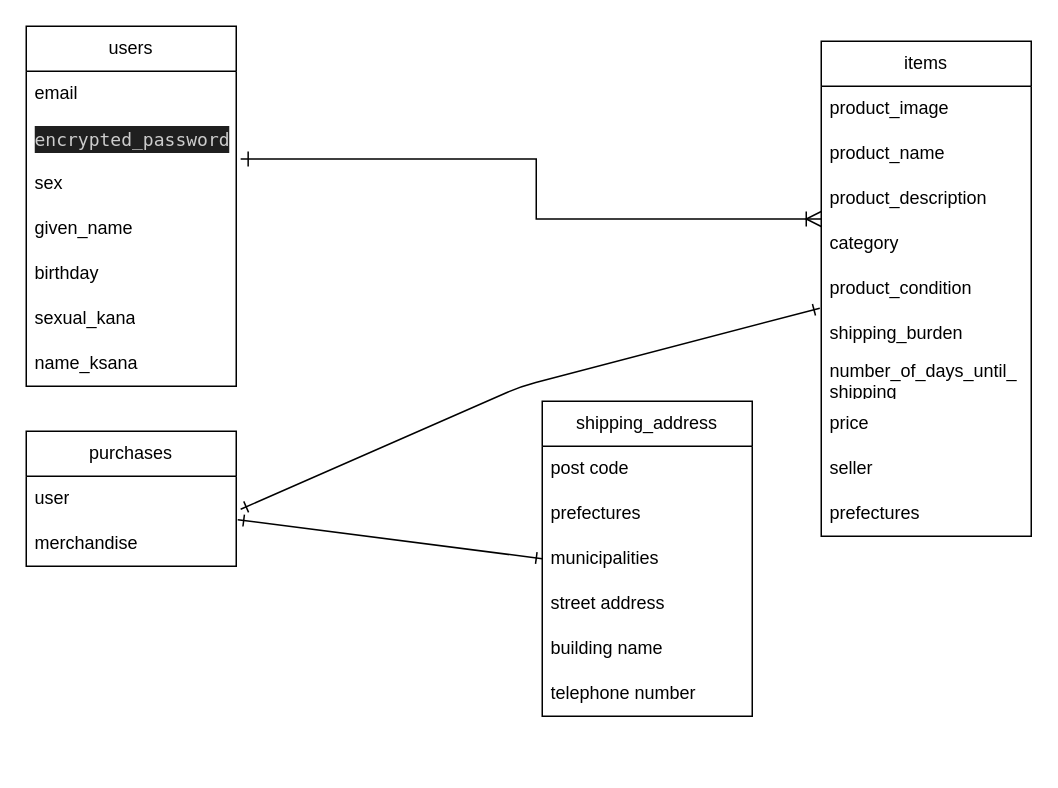
nagano19840910/furima-40222 keeps this draw.io diagram as app/views/test.dio. Above is the earlier version. Source tidied: cells renumbered, new cells numbered last; positions are measured from the earlier drawing's top-left corner, leaving out a move shared by most shapes. Both pictures are drawn from the tidied source at 150%, with x=0, y=0 at pixel (26, 26).
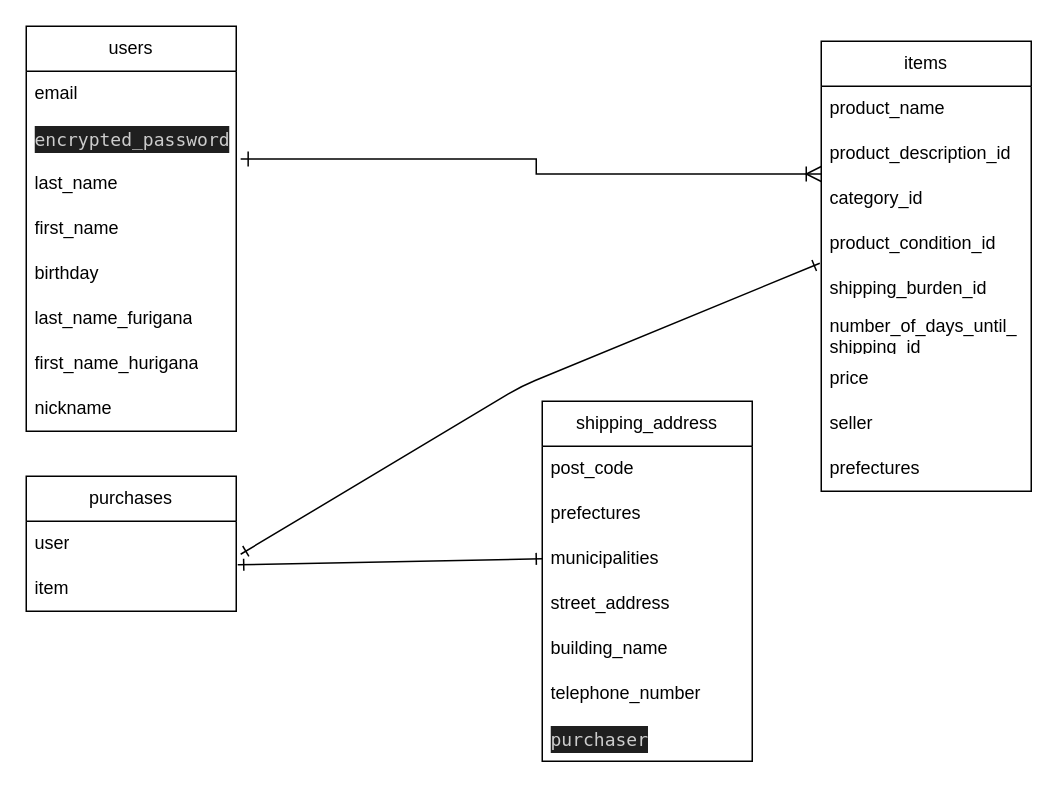
The same diagram, later.

Commit message (it also covers changes not shown here):
データベースコミット７

Diff of the diagram source:
```diff
@@
     <mxCell id="2" value="users" style="swimlane;fontStyle=0;horizontal=1;startSize=30;whiteSpace=wrap;html=1;" parent="1" vertex="1">
-      <mxGeometry width="140" height="240" as="geometry" />
+      <mxGeometry width="140" height="270" as="geometry" />
     </mxCell>
@@
-    <mxCell id="5" value="sex" style="text;strokeColor=none;fillColor=none;align=left;verticalAlign=middle;spacingLeft=4;spacingRight=4;overflow=hidden;points=[[0,0.5],[1,0.5]];portConstraint=eastwest;whiteSpace=wrap;html=1;" parent="2" vertex="1">
+    <mxCell id="5" value="last_name" style="text;strokeColor=none;fillColor=none;align=left;verticalAlign=middle;spacingLeft=4;spacingRight=4;overflow=hidden;points=[[0,0.5],[1,0.5]];portConstraint=eastwest;whiteSpace=wrap;html=1;" parent="2" vertex="1">
       <mxGeometry y="90" width="140" height="30" as="geometry" />
     </mxCell>
-    <mxCell id="6" value="given_name" style="text;strokeColor=none;fillColor=none;align=left;verticalAlign=middle;spacingLeft=4;spacingRight=4;overflow=hidden;whiteSpace=wrap;html=1;" parent="2" vertex="1">
+    <mxCell id="6" value="first_name" style="text;strokeColor=none;fillColor=none;align=left;verticalAlign=middle;spacingLeft=4;spacingRight=4;overflow=hidden;whiteSpace=wrap;html=1;" parent="2" vertex="1">
       <mxGeometry y="120" width="140" height="30" as="geometry" />
     </mxCell>
@@
-    <mxCell id="8" value="sexual_kana" style="text;strokeColor=none;fillColor=none;align=left;verticalAlign=middle;spacingLeft=4;spacingRight=4;overflow=hidden;whiteSpace=wrap;html=1;" parent="2" vertex="1">
+    <mxCell id="8" value="last_name_furigana" style="text;strokeColor=none;fillColor=none;align=left;verticalAlign=middle;spacingLeft=4;spacingRight=4;overflow=hidden;whiteSpace=wrap;html=1;" parent="2" vertex="1">
       <mxGeometry y="180" width="140" height="30" as="geometry" />
     </mxCell>
-    <mxCell id="9" value="name_ksana" style="text;strokeColor=none;fillColor=none;align=left;verticalAlign=middle;spacingLeft=4;spacingRight=4;overflow=hidden;whiteSpace=wrap;html=1;" parent="2" vertex="1">
+    <mxCell id="9" value="first_name_hurigana" style="text;strokeColor=none;fillColor=none;align=left;verticalAlign=middle;spacingLeft=4;spacingRight=4;overflow=hidden;whiteSpace=wrap;html=1;" parent="2" vertex="1">
       <mxGeometry y="210" width="140" height="30" as="geometry" />
     </mxCell>
+    <mxCell id="34" value="nickname" style="text;strokeColor=none;fillColor=none;align=left;verticalAlign=middle;spacingLeft=4;spacingRight=4;overflow=hidden;whiteSpace=wrap;html=1;" parent="2" vertex="1">
+      <mxGeometry y="240" width="140" height="30" as="geometry" />
+    </mxCell>
     <mxCell id="10" value="items" style="swimlane;fontStyle=0;horizontal=1;startSize=30;whiteSpace=wrap;html=1;" parent="1" vertex="1">
-      <mxGeometry x="530" y="10" width="140" height="330" as="geometry" />
+      <mxGeometry x="530" y="10" width="140" height="300" as="geometry" />
     </mxCell>
-    <mxCell id="11" value="product_image" style="text;strokeColor=none;fillColor=none;align=left;verticalAlign=middle;spacingLeft=4;spacingRight=4;overflow=hidden;whiteSpace=wrap;html=1;" parent="10" vertex="1">
-      <mxGeometry y="30" width="140" height="30" as="geometry" />
-    </mxCell>
     <mxCell id="12" value="product_name" style="text;strokeColor=none;fillColor=none;align=left;verticalAlign=middle;spacingLeft=4;spacingRight=4;overflow=hidden;whiteSpace=wrap;html=1;" parent="10" vertex="1">
-      <mxGeometry y="60" width="140" height="30" as="geometry" />
+      <mxGeometry y="30" width="140" height="30" as="geometry" />
     </mxCell>
-    <mxCell id="13" value="product_description" style="text;strokeColor=none;fillColor=none;align=left;verticalAlign=middle;spacingLeft=4;spacingRight=4;overflow=hidden;points=[[0,0.5],[1,0.5]];portConstraint=eastwest;whiteSpace=wrap;html=1;" parent="10" vertex="1">
-      <mxGeometry y="90" width="140" height="30" as="geometry" />
+    <mxCell id="13" value="product_description_id" style="text;strokeColor=none;fillColor=none;align=left;verticalAlign=middle;spacingLeft=4;spacingRight=4;overflow=hidden;points=[[0,0.5],[1,0.5]];portConstraint=eastwest;whiteSpace=wrap;html=1;" parent="10" vertex="1">
+      <mxGeometry y="60" width="140" height="30" as="geometry" />
     </mxCell>
-    <mxCell id="14" value="category" style="text;strokeColor=none;fillColor=none;align=left;verticalAlign=middle;spacingLeft=4;spacingRight=4;overflow=hidden;whiteSpace=wrap;html=1;" parent="10" vertex="1">
-      <mxGeometry y="120" width="140" height="30" as="geometry" />
+    <mxCell id="14" value="category_id" style="text;strokeColor=none;fillColor=none;align=left;verticalAlign=middle;spacingLeft=4;spacingRight=4;overflow=hidden;whiteSpace=wrap;html=1;" parent="10" vertex="1">
+      <mxGeometry y="90" width="140" height="30" as="geometry" />
     </mxCell>
-    <mxCell id="15" value="product_condition" style="text;strokeColor=none;fillColor=none;align=left;verticalAlign=middle;spacingLeft=4;spacingRight=4;overflow=hidden;whiteSpace=wrap;html=1;" parent="10" vertex="1">
-      <mxGeometry y="150" width="140" height="30" as="geometry" />
+    <mxCell id="15" value="product_condition_id" style="text;strokeColor=none;fillColor=none;align=left;verticalAlign=middle;spacingLeft=4;spacingRight=4;overflow=hidden;whiteSpace=wrap;html=1;" parent="10" vertex="1">
+      <mxGeometry y="120" width="140" height="30" as="geometry" />
     </mxCell>
-    <mxCell id="16" value="shipping_burden" style="text;strokeColor=none;fillColor=none;align=left;verticalAlign=middle;spacingLeft=4;spacingRight=4;overflow=hidden;points=[[0,0.5],[1,0.5]];portConstraint=eastwest;whiteSpace=wrap;html=1;" parent="10" vertex="1">
-      <mxGeometry y="180" width="140" height="30" as="geometry" />
+    <mxCell id="16" value="shipping_burden_id" style="text;strokeColor=none;fillColor=none;align=left;verticalAlign=middle;spacingLeft=4;spacingRight=4;overflow=hidden;points=[[0,0.5],[1,0.5]];portConstraint=eastwest;whiteSpace=wrap;html=1;" parent="10" vertex="1">
+      <mxGeometry y="150" width="140" height="30" as="geometry" />
     </mxCell>
-    <mxCell id="17" value="number_of_days_until_&lt;br&gt;shipping" style="text;strokeColor=none;fillColor=none;align=left;verticalAlign=middle;spacingLeft=4;spacingRight=4;overflow=hidden;whiteSpace=wrap;html=1;" parent="10" vertex="1">
-      <mxGeometry y="210" width="140" height="30" as="geometry" />
+    <mxCell id="17" value="number_of_days_until_&lt;br&gt;shipping_id" style="text;strokeColor=none;fillColor=none;align=left;verticalAlign=middle;spacingLeft=4;spacingRight=4;overflow=hidden;whiteSpace=wrap;html=1;" parent="10" vertex="1">
+      <mxGeometry y="180" width="140" height="30" as="geometry" />
     </mxCell>
     <mxCell id="18" value="price" style="text;strokeColor=none;fillColor=none;align=left;verticalAlign=middle;spacingLeft=4;spacingRight=4;overflow=hidden;whiteSpace=wrap;html=1;" parent="10" vertex="1">
-      <mxGeometry y="240" width="140" height="30" as="geometry" />
+      <mxGeometry y="210" width="140" height="30" as="geometry" />
     </mxCell>
     <mxCell id="19" value="seller" style="text;strokeColor=none;fillColor=none;align=left;verticalAlign=middle;spacingLeft=4;spacingRight=4;overflow=hidden;whiteSpace=wrap;html=1;" parent="10" vertex="1">
-      <mxGeometry y="270" width="140" height="30" as="geometry" />
+      <mxGeometry y="240" width="140" height="30" as="geometry" />
     </mxCell>
     <mxCell id="20" value="prefectures" style="text;strokeColor=none;fillColor=none;align=left;verticalAlign=middle;spacingLeft=4;spacingRight=4;overflow=hidden;whiteSpace=wrap;html=1;" parent="10" vertex="1">
-      <mxGeometry y="300" width="140" height="30" as="geometry" />
+      <mxGeometry y="270" width="140" height="30" as="geometry" />
     </mxCell>
@@
     <mxCell id="22" value="purchases" style="swimlane;fontStyle=0;horizontal=1;startSize=30;whiteSpace=wrap;html=1;" parent="1" vertex="1">
-      <mxGeometry y="270" width="140" height="90" as="geometry" />
+      <mxGeometry y="300" width="140" height="90" as="geometry" />
     </mxCell>
@@
-    <mxCell id="24" value="merchandise" style="text;strokeColor=none;fillColor=none;align=left;verticalAlign=middle;spacingLeft=4;spacingRight=4;overflow=hidden;points=[[0,0.5],[1,0.5]];portConstraint=eastwest;whiteSpace=wrap;html=1;" parent="22" vertex="1">
+    <mxCell id="24" value="item" style="text;strokeColor=none;fillColor=none;align=left;verticalAlign=middle;spacingLeft=4;spacingRight=4;overflow=hidden;points=[[0,0.5],[1,0.5]];portConstraint=eastwest;whiteSpace=wrap;html=1;" parent="22" vertex="1">
       <mxGeometry y="60" width="140" height="30" as="geometry" />
     </mxCell>
@@
     <mxCell id="26" value="shipping_address" style="swimlane;fontStyle=0;horizontal=1;startSize=30;whiteSpace=wrap;html=1;" parent="1" vertex="1">
-      <mxGeometry x="344" y="250" width="140" height="210" as="geometry" />
+      <mxGeometry x="344" y="250" width="140" height="240" as="geometry" />
     </mxCell>
-    <mxCell id="27" value="post code" style="text;strokeColor=none;fillColor=none;align=left;verticalAlign=middle;spacingLeft=4;spacingRight=4;overflow=hidden;whiteSpace=wrap;html=1;" parent="26" vertex="1">
+    <mxCell id="27" value="post_code" style="text;strokeColor=none;fillColor=none;align=left;verticalAlign=middle;spacingLeft=4;spacingRight=4;overflow=hidden;whiteSpace=wrap;html=1;" parent="26" vertex="1">
       <mxGeometry y="30" width="140" height="30" as="geometry" />
     </mxCell>
@@
-    <mxCell id="30" value="street address" style="text;strokeColor=none;fillColor=none;align=left;verticalAlign=middle;spacingLeft=4;spacingRight=4;overflow=hidden;whiteSpace=wrap;html=1;" parent="26" vertex="1">
+    <mxCell id="30" value="street_address" style="text;strokeColor=none;fillColor=none;align=left;verticalAlign=middle;spacingLeft=4;spacingRight=4;overflow=hidden;whiteSpace=wrap;html=1;" parent="26" vertex="1">
       <mxGeometry y="120" width="140" height="30" as="geometry" />
     </mxCell>
-    <mxCell id="31" value="building name" style="text;strokeColor=none;fillColor=none;align=left;verticalAlign=middle;spacingLeft=4;spacingRight=4;overflow=hidden;whiteSpace=wrap;html=1;" parent="26" vertex="1">
+    <mxCell id="31" value="building_name" style="text;strokeColor=none;fillColor=none;align=left;verticalAlign=middle;spacingLeft=4;spacingRight=4;overflow=hidden;whiteSpace=wrap;html=1;" parent="26" vertex="1">
       <mxGeometry y="150" width="140" height="30" as="geometry" />
     </mxCell>
-    <mxCell id="32" value="telephone number" style="text;strokeColor=none;fillColor=none;align=left;verticalAlign=middle;spacingLeft=4;spacingRight=4;overflow=hidden;whiteSpace=wrap;html=1;" parent="26" vertex="1">
+    <mxCell id="32" value="telephone_number" style="text;strokeColor=none;fillColor=none;align=left;verticalAlign=middle;spacingLeft=4;spacingRight=4;overflow=hidden;whiteSpace=wrap;html=1;" parent="26" vertex="1">
       <mxGeometry y="180" width="140" height="30" as="geometry" />
     </mxCell>
+    <mxCell id="35" value="&lt;div style=&quot;color: rgb(204, 204, 204); background-color: rgb(31, 31, 31); font-family: Menlo, Monaco, &amp;quot;Courier New&amp;quot;, monospace; line-height: 18px;&quot;&gt;purchaser&lt;/div&gt;" style="text;strokeColor=none;fillColor=none;align=left;verticalAlign=middle;spacingLeft=4;spacingRight=4;overflow=hidden;whiteSpace=wrap;html=1;" parent="26" vertex="1">
+      <mxGeometry y="210" width="140" height="30" as="geometry" />
+    </mxCell>
```
